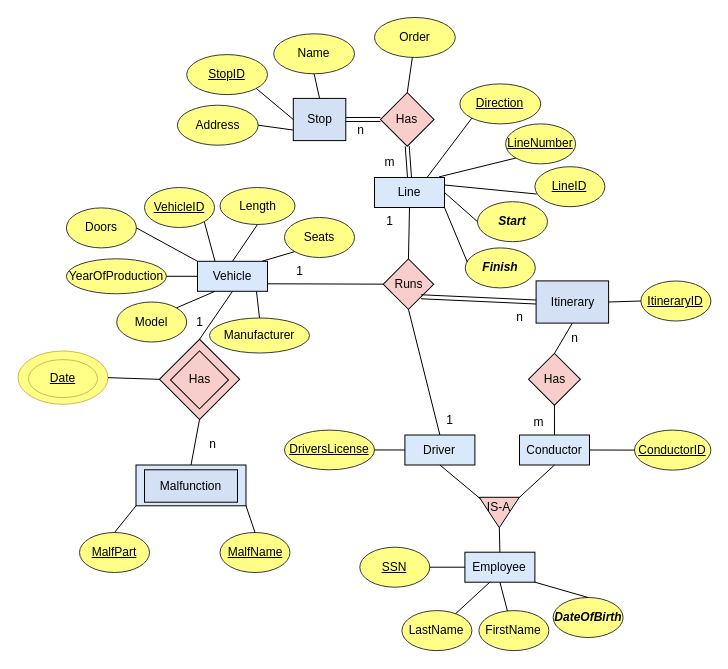
The draw.io diagram Untitled Diagram.drawio in kotsos2000/kotsos2000, before the edit. Source tidied: cells renumbered, new cells numbered last; positions are measured from the earlier drawing's top-left corner, leaving out a move shared by most shapes. Both pictures are drawn from the tidied source at 100%, with x=0, y=0 at pixel (18, 17).
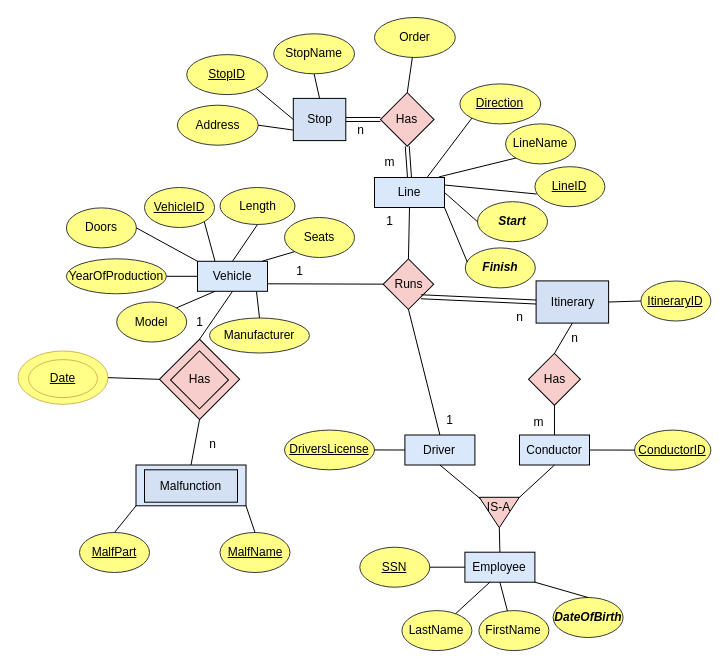
Above is the later version.

What changed in the source:
```diff
@@
-    <mxCell id="44" value="Name" style="ellipse;whiteSpace=wrap;html=1;fillColor=#ffff88;strokeColor=#36393d;" parent="1" vertex="1">
+    <mxCell id="44" value="StopName" style="ellipse;whiteSpace=wrap;html=1;fillColor=#ffff88;strokeColor=#36393d;" parent="1" vertex="1">
       <mxGeometry x="255.2" y="16.3" width="80.8" height="40" as="geometry" />
     </mxCell>
@@
-    <mxCell id="46" value="&lt;u&gt;LineNumber&lt;/u&gt;" style="ellipse;whiteSpace=wrap;html=1;fillColor=#ffff88;strokeColor=#36393d;" parent="1" vertex="1">
+    <mxCell id="46" value="LineName" style="ellipse;whiteSpace=wrap;html=1;fillColor=#ffff88;strokeColor=#36393d;" parent="1" vertex="1">
       <mxGeometry x="487.1" y="106.4" width="70" height="40" as="geometry" />
     </mxCell>
```
